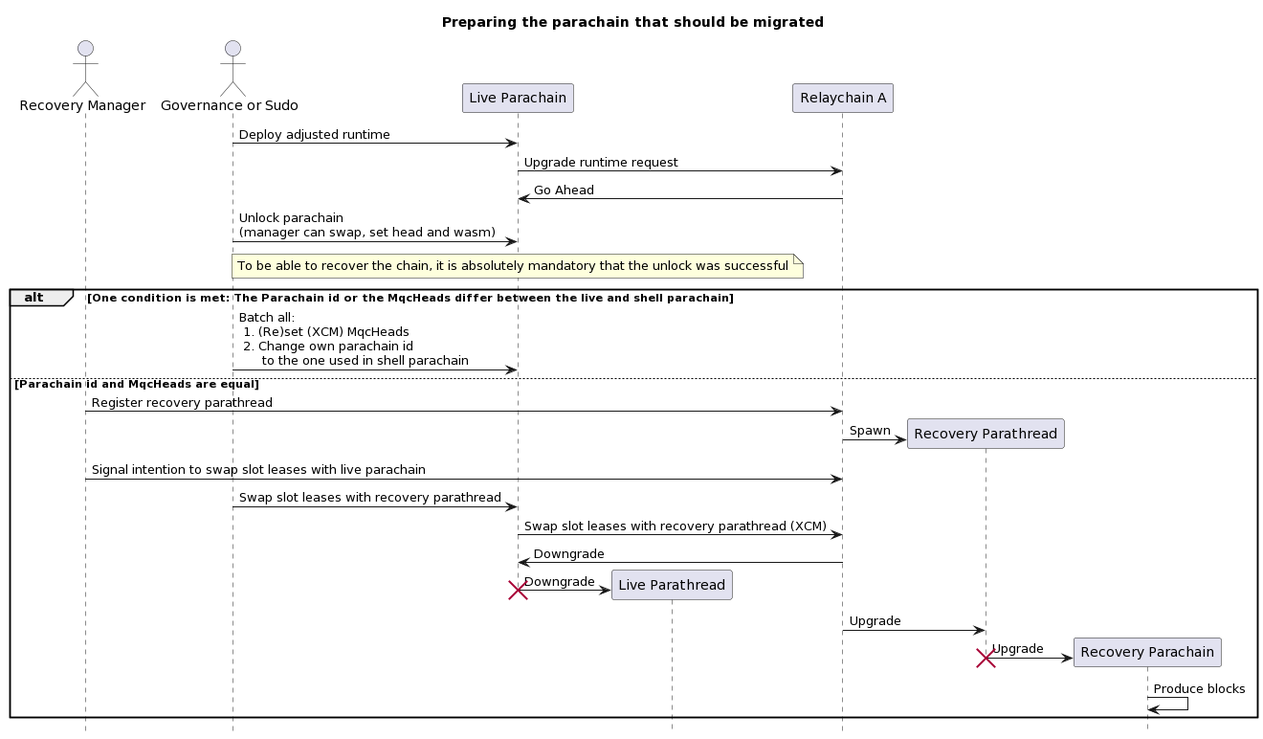
Above: img/prepare_migration_on_live_parachain.png in zeitgeistpm/migration-guide (PlantUML), before the change. Its source is kept beside it as img/source/prepare_migration_on_live_parachain.puml. Source of this version:
```plantuml
@startuml

title Preparing the parachain that should be migrated
hide footbox

Actor "Recovery Manager" as MANAGER
Actor "Governance or Sudo" as ADMIN
Participant "Live Parachain" as PARA
Participant "Live Parathread" as PARAT
Participant "Relaychain A" as RELAY
Participant "Recovery Parathread" as PARAT_RECOVERY
Participant "Recovery Parachain" as PARA_RECOVERY


ADMIN -> PARA: Deploy adjusted runtime
PARA -> RELAY: Upgrade runtime request
RELAY -> PARA: Go Ahead
ADMIN -> PARA: Unlock parachain\n(manager can swap, set head and wasm)

note over PARA : To be able to recover the chain, it is absolutely mandatory that the unlock was successful

alt One condition is met: The Parachain id or the MqcHeads differ between the live and shell parachain
    ADMIN -> PARA: Batch all:\n 1. (Re)set (XCM) MqcHeads\n 2. Change own parachain id\n      to the one used in shell parachain
else Parachain id and MqcHeads are equal
    MANAGER -> RELAY: Register recovery parathread
    RELAY -> PARAT_RECOVERY **: Spawn
    MANAGER -> RELAY: Signal intention to swap slot leases with live parachain
    ADMIN -> PARA: Swap slot leases with recovery parathread
    PARA -> RELAY: Swap slot leases with recovery parathread (XCM)
    RELAY -> PARA: Downgrade
    PARA -> PARAT **: Downgrade
    destroy PARA
    RELAY -> PARAT_RECOVERY: Upgrade
    PARAT_RECOVERY -> PARA_RECOVERY ** : Upgrade
    destroy PARAT_RECOVERY
    PARA_RECOVERY -> PARA_RECOVERY: Produce blocks
end

@enduml
```
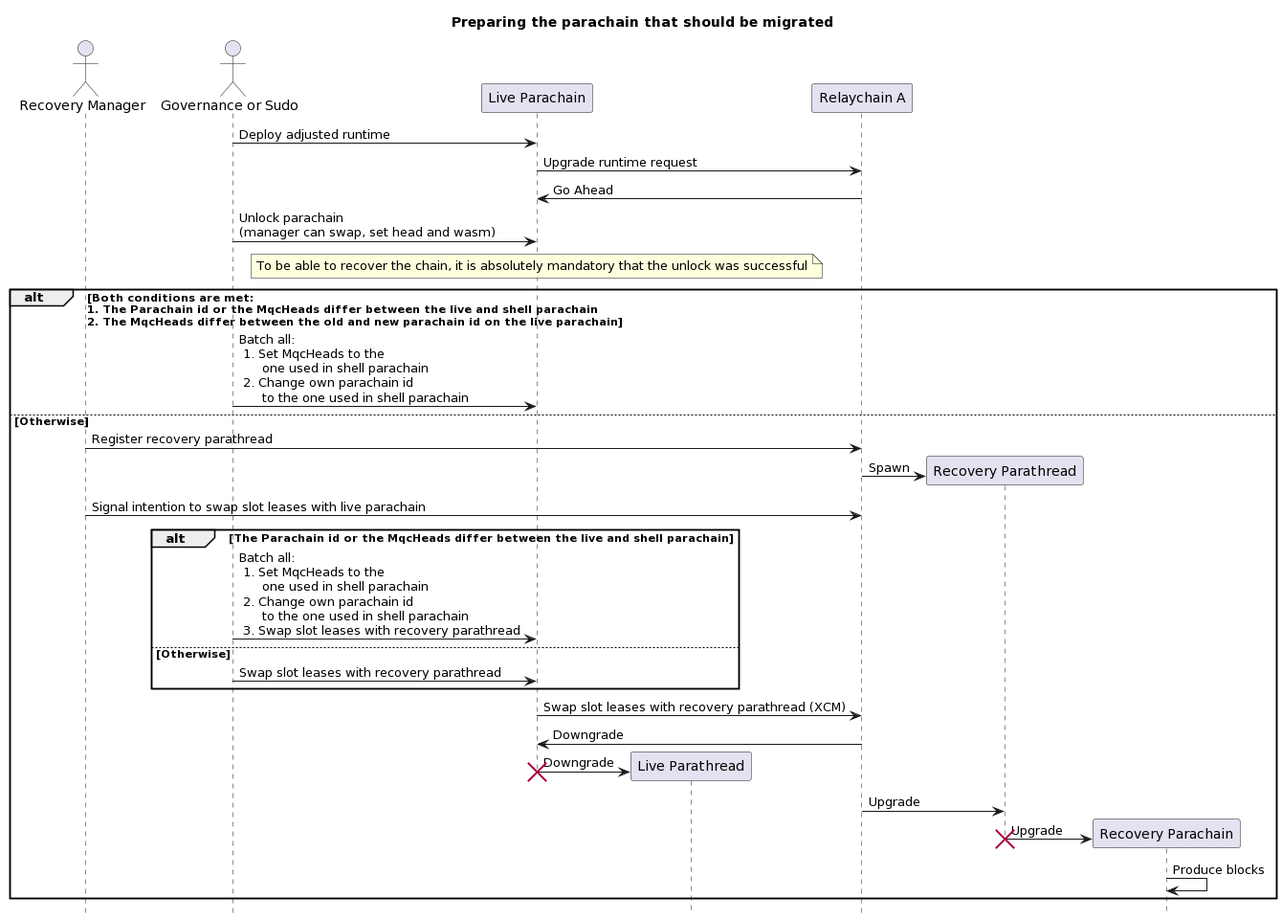
After the change.

Commit message:
Explain chain halt condition (#13)

* Update guide and image+source

* Reflect changes in tech chapter

Diff of the diagram source:
```diff
@@ -19,13 +19,19 @@
 
 note over PARA : To be able to recover the chain, it is absolutely mandatory that the unlock was successful
 
-alt One condition is met: The Parachain id or the MqcHeads differ between the live and shell parachain
-    ADMIN -> PARA: Batch all:\n 1. (Re)set (XCM) MqcHeads\n 2. Change own parachain id\n      to the one used in shell parachain
-else Parachain id and MqcHeads are equal
+alt Both conditions are met:\n1. The Parachain id or the MqcHeads differ between the live and shell parachain\n2. The MqcHeads differ between the old and new parachain id on the live parachain
+    ADMIN -> PARA: Batch all:\n 1. Set MqcHeads to the\n      one used in shell parachain\n 2. Change own parachain id\n      to the one used in shell parachain
+else Otherwise
     MANAGER -> RELAY: Register recovery parathread
     RELAY -> PARAT_RECOVERY **: Spawn
     MANAGER -> RELAY: Signal intention to swap slot leases with live parachain
-    ADMIN -> PARA: Swap slot leases with recovery parathread
+
+    alt The Parachain id or the MqcHeads differ between the live and shell parachain
+        ADMIN -> PARA: Batch all:\n 1. Set MqcHeads to the\n      one used in shell parachain\n 2. Change own parachain id\n      to the one used in shell parachain\n 3. Swap slot leases with recovery parathread
+    else Otherwise
+        ADMIN -> PARA: Swap slot leases with recovery parathread
+    end
+
     PARA -> RELAY: Swap slot leases with recovery parathread (XCM)
     RELAY -> PARA: Downgrade
     PARA -> PARAT **: Downgrade
```
